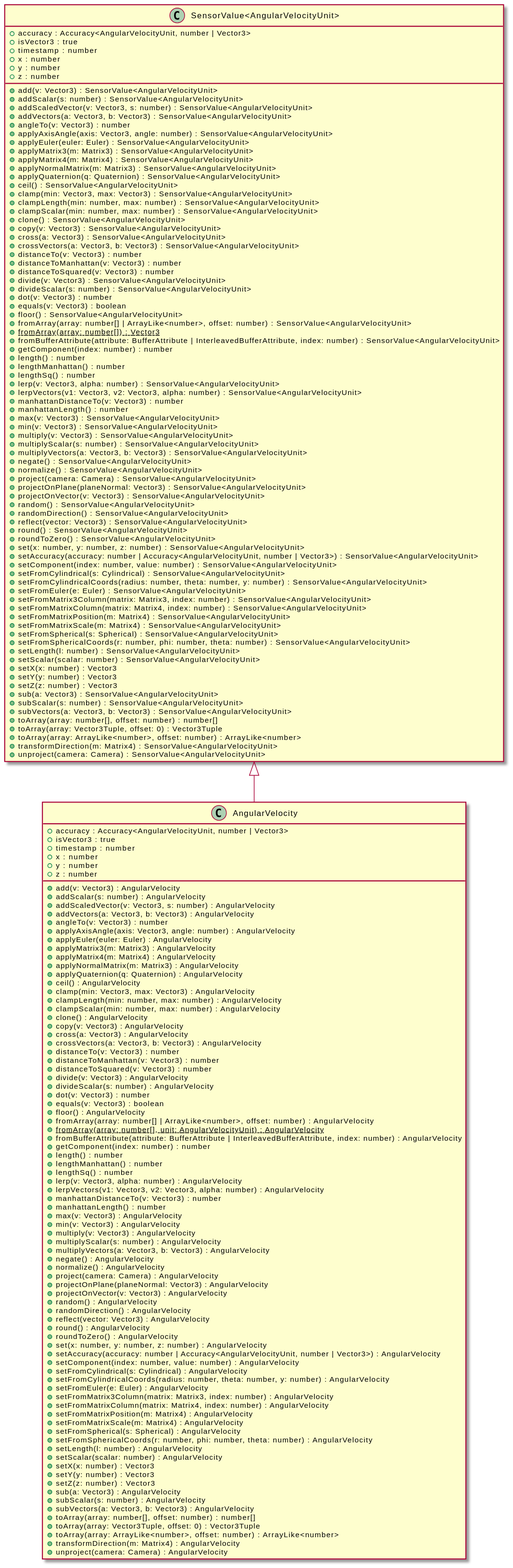
The PlantUML diagram assets/AngularVelocity-umlClassDiagram-4492.svg in OpenHPS/openhps-core, before a commit.
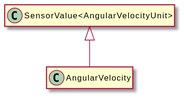
Above is the later version.

The edit, as a diff of the source:
```diff
@@ -3,176 +3,8 @@
 hide empty methods
 hide empty fields
 class "AngularVelocity" {
-    +accuracy : Accuracy<AngularVelocityUnit, number | Vector3>
-    +isVector3 : true
-    +timestamp : number
-    +x : number
-    +y : number
-    +z : number
-    +add(v: Vector3) : AngularVelocity
-    +addScalar(s: number) : AngularVelocity
-    +addScaledVector(v: Vector3, s: number) : AngularVelocity
-    +addVectors(a: Vector3, b: Vector3) : AngularVelocity
-    +angleTo(v: Vector3) : number
-    +applyAxisAngle(axis: Vector3, angle: number) : AngularVelocity
-    +applyEuler(euler: Euler) : AngularVelocity
-    +applyMatrix3(m: Matrix3) : AngularVelocity
-    +applyMatrix4(m: Matrix4) : AngularVelocity
-    +applyNormalMatrix(m: Matrix3) : AngularVelocity
-    +applyQuaternion(q: Quaternion) : AngularVelocity
-    +ceil() : AngularVelocity
-    +clamp(min: Vector3, max: Vector3) : AngularVelocity
-    +clampLength(min: number, max: number) : AngularVelocity
-    +clampScalar(min: number, max: number) : AngularVelocity
-    +clone() : AngularVelocity
-    +copy(v: Vector3) : AngularVelocity
-    +cross(a: Vector3) : AngularVelocity
-    +crossVectors(a: Vector3, b: Vector3) : AngularVelocity
-    +distanceTo(v: Vector3) : number
-    +distanceToManhattan(v: Vector3) : number
-    +distanceToSquared(v: Vector3) : number
-    +divide(v: Vector3) : AngularVelocity
-    +divideScalar(s: number) : AngularVelocity
-    +dot(v: Vector3) : number
-    +equals(v: Vector3) : boolean
-    +floor() : AngularVelocity
-    +fromArray(array: number[] | ArrayLike<number>, offset: number) : AngularVelocity
-    {static} +fromArray(array: number[], unit: AngularVelocityUnit) : AngularVelocity
-    +fromBufferAttribute(attribute: BufferAttribute | InterleavedBufferAttribute, index: number) : AngularVelocity
-    +getComponent(index: number) : number
-    +length() : number
-    +lengthManhattan() : number
-    +lengthSq() : number
-    +lerp(v: Vector3, alpha: number) : AngularVelocity
-    +lerpVectors(v1: Vector3, v2: Vector3, alpha: number) : AngularVelocity
-    +manhattanDistanceTo(v: Vector3) : number
-    +manhattanLength() : number
-    +max(v: Vector3) : AngularVelocity
-    +min(v: Vector3) : AngularVelocity
-    +multiply(v: Vector3) : AngularVelocity
-    +multiplyScalar(s: number) : AngularVelocity
-    +multiplyVectors(a: Vector3, b: Vector3) : AngularVelocity
-    +negate() : AngularVelocity
-    +normalize() : AngularVelocity
-    +project(camera: Camera) : AngularVelocity
-    +projectOnPlane(planeNormal: Vector3) : AngularVelocity
-    +projectOnVector(v: Vector3) : AngularVelocity
-    +random() : AngularVelocity
-    +randomDirection() : AngularVelocity
-    +reflect(vector: Vector3) : AngularVelocity
-    +round() : AngularVelocity
-    +roundToZero() : AngularVelocity
-    +set(x: number, y: number, z: number) : AngularVelocity
-    +setAccuracy(accuracy: number | Accuracy<AngularVelocityUnit, number | Vector3>) : AngularVelocity
-    +setComponent(index: number, value: number) : AngularVelocity
-    +setFromCylindrical(s: Cylindrical) : AngularVelocity
-    +setFromCylindricalCoords(radius: number, theta: number, y: number) : AngularVelocity
-    +setFromEuler(e: Euler) : AngularVelocity
-    +setFromMatrix3Column(matrix: Matrix3, index: number) : AngularVelocity
-    +setFromMatrixColumn(matrix: Matrix4, index: number) : AngularVelocity
-    +setFromMatrixPosition(m: Matrix4) : AngularVelocity
-    +setFromMatrixScale(m: Matrix4) : AngularVelocity
-    +setFromSpherical(s: Spherical) : AngularVelocity
-    +setFromSphericalCoords(r: number, phi: number, theta: number) : AngularVelocity
-    +setLength(l: number) : AngularVelocity
-    +setScalar(scalar: number) : AngularVelocity
-    +setX(x: number) : Vector3
-    +setY(y: number) : Vector3
-    +setZ(z: number) : Vector3
-    +sub(a: Vector3) : AngularVelocity
-    +subScalar(s: number) : AngularVelocity
-    +subVectors(a: Vector3, b: Vector3) : AngularVelocity
-    +toArray(array: number[], offset: number) : number[]
-    +toArray(array: Vector3Tuple, offset: 0) : Vector3Tuple
-    +toArray(array: ArrayLike<number>, offset: number) : ArrayLike<number>
-    +transformDirection(m: Matrix4) : AngularVelocity
-    +unproject(camera: Camera) : AngularVelocity
 }
 class "SensorValue<AngularVelocityUnit>" {
-    +accuracy : Accuracy<AngularVelocityUnit, number | Vector3>
-    +isVector3 : true
-    +timestamp : number
-    +x : number
-    +y : number
-    +z : number
-    +add(v: Vector3) : SensorValue<AngularVelocityUnit>
-    +addScalar(s: number) : SensorValue<AngularVelocityUnit>
-    +addScaledVector(v: Vector3, s: number) : SensorValue<AngularVelocityUnit>
-    +addVectors(a: Vector3, b: Vector3) : SensorValue<AngularVelocityUnit>
-    +angleTo(v: Vector3) : number
-    +applyAxisAngle(axis: Vector3, angle: number) : SensorValue<AngularVelocityUnit>
-    +applyEuler(euler: Euler) : SensorValue<AngularVelocityUnit>
-    +applyMatrix3(m: Matrix3) : SensorValue<AngularVelocityUnit>
-    +applyMatrix4(m: Matrix4) : SensorValue<AngularVelocityUnit>
-    +applyNormalMatrix(m: Matrix3) : SensorValue<AngularVelocityUnit>
-    +applyQuaternion(q: Quaternion) : SensorValue<AngularVelocityUnit>
-    +ceil() : SensorValue<AngularVelocityUnit>
-    +clamp(min: Vector3, max: Vector3) : SensorValue<AngularVelocityUnit>
-    +clampLength(min: number, max: number) : SensorValue<AngularVelocityUnit>
-    +clampScalar(min: number, max: number) : SensorValue<AngularVelocityUnit>
-    +clone() : SensorValue<AngularVelocityUnit>
-    +copy(v: Vector3) : SensorValue<AngularVelocityUnit>
-    +cross(a: Vector3) : SensorValue<AngularVelocityUnit>
-    +crossVectors(a: Vector3, b: Vector3) : SensorValue<AngularVelocityUnit>
-    +distanceTo(v: Vector3) : number
-    +distanceToManhattan(v: Vector3) : number
-    +distanceToSquared(v: Vector3) : number
-    +divide(v: Vector3) : SensorValue<AngularVelocityUnit>
-    +divideScalar(s: number) : SensorValue<AngularVelocityUnit>
-    +dot(v: Vector3) : number
-    +equals(v: Vector3) : boolean
-    +floor() : SensorValue<AngularVelocityUnit>
-    +fromArray(array: number[] | ArrayLike<number>, offset: number) : SensorValue<AngularVelocityUnit>
-    {static} +fromArray(array: number[]) : Vector3
-    +fromBufferAttribute(attribute: BufferAttribute | InterleavedBufferAttribute, index: number) : SensorValue<AngularVelocityUnit>
-    +getComponent(index: number) : number
-    +length() : number
-    +lengthManhattan() : number
-    +lengthSq() : number
-    +lerp(v: Vector3, alpha: number) : SensorValue<AngularVelocityUnit>
-    +lerpVectors(v1: Vector3, v2: Vector3, alpha: number) : SensorValue<AngularVelocityUnit>
-    +manhattanDistanceTo(v: Vector3) : number
-    +manhattanLength() : number
-    +max(v: Vector3) : SensorValue<AngularVelocityUnit>
-    +min(v: Vector3) : SensorValue<AngularVelocityUnit>
-    +multiply(v: Vector3) : SensorValue<AngularVelocityUnit>
-    +multiplyScalar(s: number) : SensorValue<AngularVelocityUnit>
-    +multiplyVectors(a: Vector3, b: Vector3) : SensorValue<AngularVelocityUnit>
-    +negate() : SensorValue<AngularVelocityUnit>
-    +normalize() : SensorValue<AngularVelocityUnit>
-    +project(camera: Camera) : SensorValue<AngularVelocityUnit>
-    +projectOnPlane(planeNormal: Vector3) : SensorValue<AngularVelocityUnit>
-    +projectOnVector(v: Vector3) : SensorValue<AngularVelocityUnit>
-    +random() : SensorValue<AngularVelocityUnit>
-    +randomDirection() : SensorValue<AngularVelocityUnit>
-    +reflect(vector: Vector3) : SensorValue<AngularVelocityUnit>
-    +round() : SensorValue<AngularVelocityUnit>
-    +roundToZero() : SensorValue<AngularVelocityUnit>
-    +set(x: number, y: number, z: number) : SensorValue<AngularVelocityUnit>
-    +setAccuracy(accuracy: number | Accuracy<AngularVelocityUnit, number | Vector3>) : SensorValue<AngularVelocityUnit>
-    +setComponent(index: number, value: number) : SensorValue<AngularVelocityUnit>
-    +setFromCylindrical(s: Cylindrical) : SensorValue<AngularVelocityUnit>
-    +setFromCylindricalCoords(radius: number, theta: number, y: number) : SensorValue<AngularVelocityUnit>
-    +setFromEuler(e: Euler) : SensorValue<AngularVelocityUnit>
-    +setFromMatrix3Column(matrix: Matrix3, index: number) : SensorValue<AngularVelocityUnit>
-    +setFromMatrixColumn(matrix: Matrix4, index: number) : SensorValue<AngularVelocityUnit>
-    +setFromMatrixPosition(m: Matrix4) : SensorValue<AngularVelocityUnit>
-    +setFromMatrixScale(m: Matrix4) : SensorValue<AngularVelocityUnit>
-    +setFromSpherical(s: Spherical) : SensorValue<AngularVelocityUnit>
-    +setFromSphericalCoords(r: number, phi: number, theta: number) : SensorValue<AngularVelocityUnit>
-    +setLength(l: number) : SensorValue<AngularVelocityUnit>
-    +setScalar(scalar: number) : SensorValue<AngularVelocityUnit>
-    +setX(x: number) : Vector3
-    +setY(y: number) : Vector3
-    +setZ(z: number) : Vector3
-    +sub(a: Vector3) : SensorValue<AngularVelocityUnit>
-    +subScalar(s: number) : SensorValue<AngularVelocityUnit>
-    +subVectors(a: Vector3, b: Vector3) : SensorValue<AngularVelocityUnit>
-    +toArray(array: number[], offset: number) : number[]
-    +toArray(array: Vector3Tuple, offset: 0) : Vector3Tuple
-    +toArray(array: ArrayLike<number>, offset: number) : ArrayLike<number>
-    +transformDirection(m: Matrix4) : SensorValue<AngularVelocityUnit>
-    +unproject(camera: Camera) : SensorValue<AngularVelocityUnit>
 }
 "SensorValue<AngularVelocityUnit>" <|-- "AngularVelocity"
 @enduml
```
